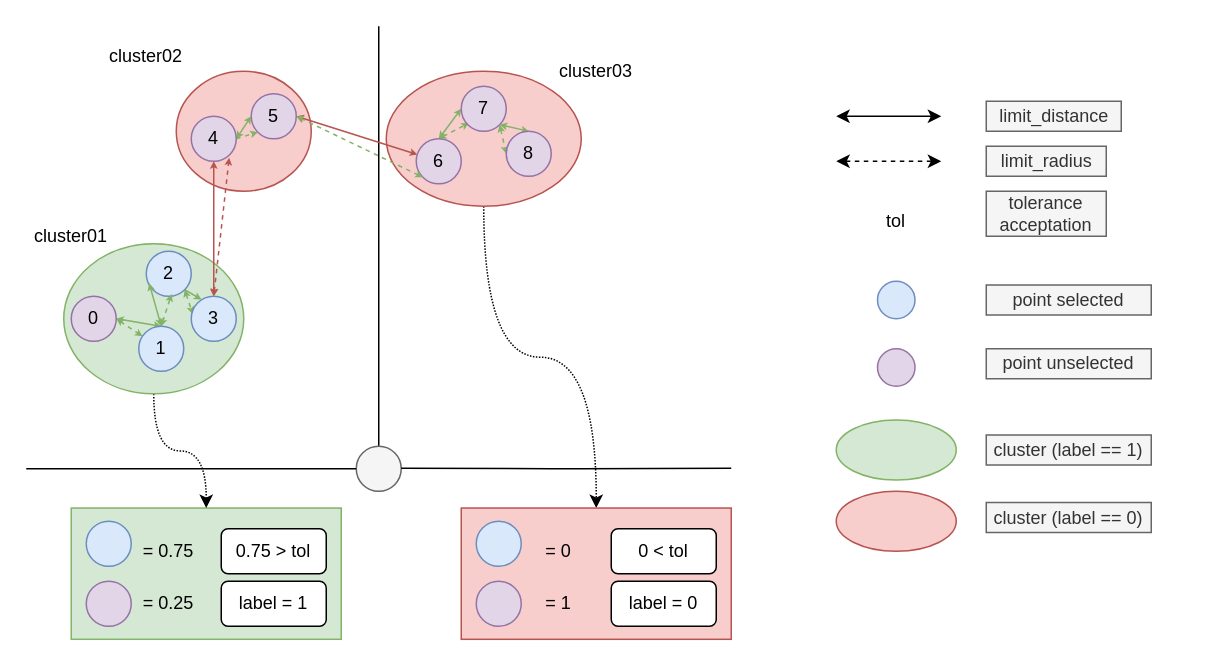
Before: page "segmentation" (2 of 4) of .doc/ros_detection_legs.drawio in PouceHeure/ros_detection_legs, a draw.io diagram. Source tidied: cells renumbered, new cells numbered last; positions are measured from the earlier drawing's top-left corner, leaving out a move shared by most shapes. Both pictures are drawn from the tidied source at 150%, with x=0, y=0 at pixel (26, 26).
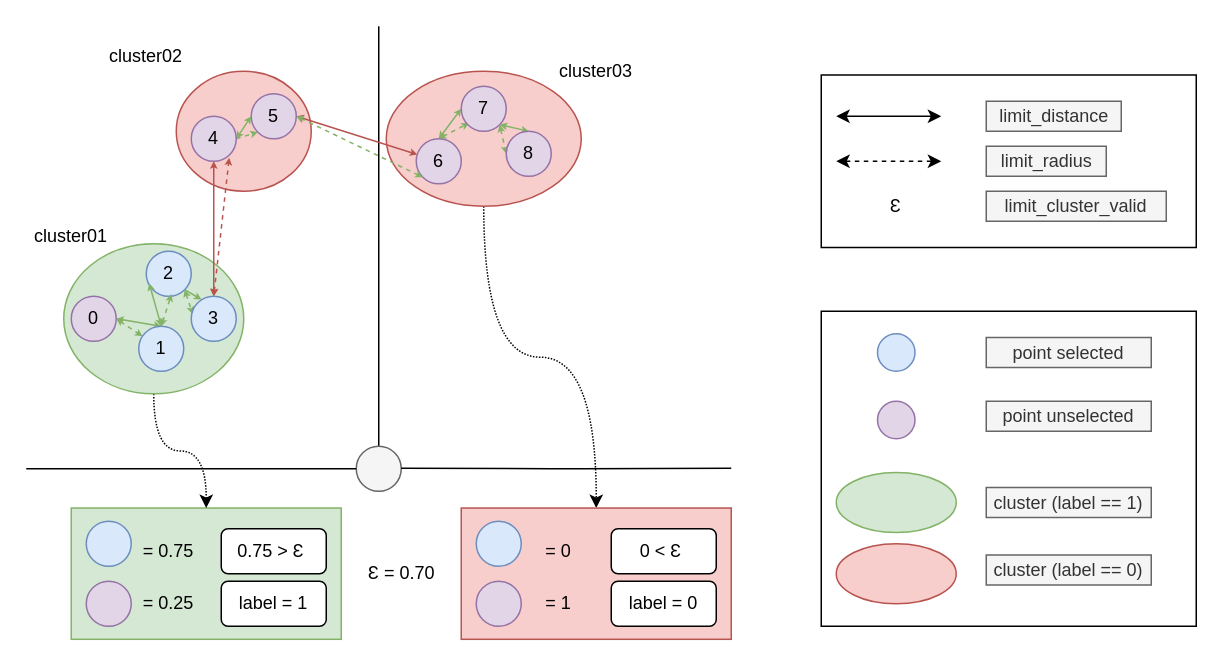
The same diagram, later.

What changed in the source:
```diff
@@
+    <mxCell id="67" style="rounded=0;whiteSpace=wrap;html=1;" parent="1" vertex="1">
+      <mxGeometry x="530" y="190" width="250" height="210" as="geometry" />
+    </mxCell>
+    <mxCell id="68" style="rounded=0;whiteSpace=wrap;html=1;" parent="1" vertex="1">
+      <mxGeometry x="530" y="32.5" width="250" height="115" as="geometry" />
+    </mxCell>
@@
-    <mxCell id="55" value="0.75 &amp;gt; tol" style="rounded=1;whiteSpace=wrap;html=1;direction=east;" parent="1" vertex="1">
+    <mxCell id="55" value="0.75 &amp;gt; Ԑ&amp;nbsp;" style="rounded=1;whiteSpace=wrap;html=1;direction=east;" parent="1" vertex="1">
       <mxGeometry x="130" y="335" width="70" height="30" as="geometry" />
     </mxCell>
-    <mxCell id="56" value="0 &amp;lt; tol" style="rounded=1;whiteSpace=wrap;html=1;direction=east;" parent="1" vertex="1">
+    <mxCell id="56" value="0 &amp;lt; Ԑ&amp;nbsp;" style="rounded=1;whiteSpace=wrap;html=1;direction=east;" parent="1" vertex="1">
       <mxGeometry x="390" y="335" width="70" height="30" as="geometry" />
     </mxCell>
-    <mxCell id="57" value="tol" style="text;html=1;strokeColor=none;fillColor=none;align=center;verticalAlign=middle;whiteSpace=wrap;rounded=0;" parent="1" vertex="1">
-      <mxGeometry x="560" y="120" width="40" height="20" as="geometry" />
+    <mxCell id="57" value="Ԑ" style="text;html=1;strokeColor=none;fillColor=none;align=center;verticalAlign=middle;whiteSpace=wrap;rounded=0;" parent="1" vertex="1">
+      <mxGeometry x="560" y="110" width="40" height="20" as="geometry" />
     </mxCell>
-    <mxCell id="58" value="tolerance acceptation" style="text;html=1;strokeColor=#666666;fillColor=#f5f5f5;align=center;verticalAlign=middle;whiteSpace=wrap;rounded=0;fontColor=#333333;" parent="1" vertex="1">
-      <mxGeometry x="640" y="110" width="80" height="30" as="geometry" />
+    <mxCell id="58" value="limit_cluster_valid" style="text;html=1;strokeColor=#666666;fillColor=#f5f5f5;align=center;verticalAlign=middle;whiteSpace=wrap;rounded=0;fontColor=#333333;" parent="1" vertex="1">
+      <mxGeometry x="640" y="110" width="120" height="20" as="geometry" />
     </mxCell>
     <mxCell id="59" style="ellipse;whiteSpace=wrap;html=1;fillColor=#dae8fc;strokeColor=#6c8ebf;" parent="1" vertex="1">
-      <mxGeometry x="567.5" y="170" width="25" height="25" as="geometry" />
+      <mxGeometry x="567.5" y="205" width="25" height="25" as="geometry" />
     </mxCell>
     <mxCell id="60" style="ellipse;whiteSpace=wrap;html=1;fillColor=#e1d5e7;strokeColor=#9673a6;" parent="1" vertex="1">
-      <mxGeometry x="567.5" y="215" width="25" height="25" as="geometry" />
+      <mxGeometry x="567.5" y="250" width="25" height="25" as="geometry" />
     </mxCell>
     <mxCell id="61" value="point selected" style="text;html=1;strokeColor=#666666;fillColor=#f5f5f5;align=center;verticalAlign=middle;whiteSpace=wrap;rounded=0;fontColor=#333333;" parent="1" vertex="1">
-      <mxGeometry x="640" y="172.5" width="110" height="20" as="geometry" />
+      <mxGeometry x="640" y="207.5" width="110" height="20" as="geometry" />
     </mxCell>
     <mxCell id="62" value="point unselected" style="text;html=1;strokeColor=#666666;fillColor=#f5f5f5;align=center;verticalAlign=middle;whiteSpace=wrap;rounded=0;fontColor=#333333;" parent="1" vertex="1">
-      <mxGeometry x="640" y="215" width="110" height="20" as="geometry" />
+      <mxGeometry x="640" y="250" width="110" height="20" as="geometry" />
     </mxCell>
     <mxCell id="63" style="ellipse;whiteSpace=wrap;html=1;fillColor=#d5e8d4;strokeColor=#82b366;" parent="1" vertex="1">
-      <mxGeometry x="540" y="262.5" width="80" height="40" as="geometry" />
+      <mxGeometry x="540" y="297.5" width="80" height="40" as="geometry" />
     </mxCell>
     <mxCell id="64" style="ellipse;whiteSpace=wrap;html=1;fillColor=#f8cecc;strokeColor=#b85450;" parent="1" vertex="1">
-      <mxGeometry x="540" y="310" width="80" height="40" as="geometry" />
+      <mxGeometry x="540" y="345" width="80" height="40" as="geometry" />
     </mxCell>
     <mxCell id="65" value="cluster (label == 1)" style="text;html=1;strokeColor=#666666;fillColor=#f5f5f5;align=center;verticalAlign=middle;whiteSpace=wrap;rounded=0;fontColor=#333333;" parent="1" vertex="1">
-      <mxGeometry x="640" y="272.5" width="110" height="20" as="geometry" />
+      <mxGeometry x="640" y="307.5" width="110" height="20" as="geometry" />
     </mxCell>
     <mxCell id="66" value="cluster (label == 0)" style="text;html=1;strokeColor=#666666;fillColor=#f5f5f5;align=center;verticalAlign=middle;whiteSpace=wrap;rounded=0;fontColor=#333333;" parent="1" vertex="1">
-      <mxGeometry x="640" y="317.5" width="110" height="20" as="geometry" />
+      <mxGeometry x="640" y="352.5" width="110" height="20" as="geometry" />
     </mxCell>
+    <mxCell id="69" value="Ԑ = 0.70" style="text;html=1;align=center;verticalAlign=middle;" parent="1" vertex="1">
+      <mxGeometry x="220" y="355" width="60" height="20" as="geometry" />
+    </mxCell>
```
